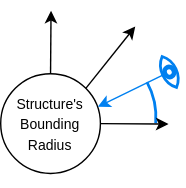
This is master_thesis/figures/discretization.svg from MatusT/master-thesis, a draw.io export, as it was before one commit. Source tidied: cells renumbered, new cells last; positions are measured from the earlier drawing's top-left corner, leaving out a move shared by most shapes.
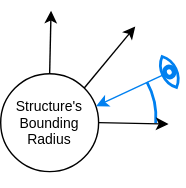
After the change.

The edit, as a diff of the source:
```diff
@@ -5,29 +5,29 @@
     <mxCell id="2" style="group;" parent="1" vertex="1">
       <mxGeometry width="130" height="130" as="geometry" />
     </mxCell>
-    <mxCell id="3" value="&lt;font style=&quot;font-size: 10px&quot;&gt;Structure's&lt;br&gt;Bounding Radius&lt;br&gt;&lt;/font&gt;" style="ellipse;whiteSpace=wrap;html=1;" parent="2" vertex="1">
-      <mxGeometry y="50" width="71.3" height="71.3" as="geometry" />
+    <mxCell id="3" value="&#10;Structure's&#10;Bounding &#10;Radius&#10;" style="ellipse;fontSize=10;" parent="2" vertex="1">
+      <mxGeometry y="50" width="70" height="70" as="geometry" />
     </mxCell>
-    <mxCell id="4" style="html=1;verticalLabelPosition=bottom;align=center;labelBackgroundColor=#ffffff;verticalAlign=top;strokeWidth=2;shadow=0;dashed=0;shape=mxgraph.ios7.icons.eye;direction=south;rotation=-205;strokeColor=#0080F0;" parent="2" vertex="1">
+    <mxCell id="4" style="verticalLabelPosition=bottom;align=center;labelBackgroundColor=#ffffff;verticalAlign=top;strokeWidth=2;shadow=0;dashed=0;shape=mxgraph.ios7.icons.eye;direction=south;rotation=-205;strokeColor=#0080F0;" parent="2" vertex="1">
       <mxGeometry x="115.4" y="36.6" width="10.4" height="24.4" as="geometry" />
     </mxCell>
-    <mxCell id="5" style="endArrow=classic;html=1;exitX=0.5;exitY=0;exitDx=0;exitDy=0;" parent="2" edge="1" source="3">
+    <mxCell id="5" style="endArrow=classic;exitX=0.5;exitY=0;exitDx=0;exitDy=0;" parent="2" edge="1" source="3">
       <mxGeometry relative="1" as="geometry">
         <mxPoint x="36" y="5" as="targetPoint" />
       </mxGeometry>
     </mxCell>
-    <mxCell id="6" style="endArrow=classic;html=1;entryX=0.975;entryY=0.331;entryDx=0;entryDy=0;entryPerimeter=0;fillColor=#dae8fc;strokeColor=#0080F0;" parent="2" edge="1" source="4" target="3">
+    <mxCell id="6" style="endArrow=classic;entryX=0.975;entryY=0.331;entryDx=0;entryDy=0;entryPerimeter=0;fillColor=#dae8fc;strokeColor=#0080F0;" parent="2" edge="1" source="4" target="3">
       <mxGeometry relative="1" as="geometry" />
     </mxCell>
-    <mxCell id="7" style="endArrow=classic;html=1;exitX=1;exitY=0;exitDx=0;exitDy=0;" parent="2" edge="1" source="3">
+    <mxCell id="7" style="endArrow=classic;exitX=1;exitY=0;exitDx=0;exitDy=0;" parent="2" edge="1" source="3">
       <mxGeometry relative="1" as="geometry">
         <mxPoint x="96.2" y="16.2" as="targetPoint" />
       </mxGeometry>
     </mxCell>
-    <mxCell id="8" style="verticalLabelPosition=bottom;verticalAlign=top;html=1;shape=mxgraph.basic.arc;startAngle=0.16341291936744487;endAngle=0.26337097470474036;strokeColor=#0080F0;strokeWidth=2;" parent="2" vertex="1">
+    <mxCell id="8" style="verticalLabelPosition=bottom;verticalAlign=top;shape=mxgraph.basic.arc;startAngle=0.16341291936744487;endAngle=0.26337097470474036;strokeColor=#0080F0;strokeWidth=2;" parent="2" vertex="1">
       <mxGeometry x="22.2" y="32.5" width="88.8" height="97.5" as="geometry" />
     </mxCell>
-    <mxCell id="9" style="endArrow=classic;html=1;exitX=1;exitY=0.5;exitDx=0;exitDy=0;" parent="1" edge="1" source="3">
+    <mxCell id="9" style="endArrow=classic;exitX=1;exitY=0.5;exitDx=0;exitDy=0;" parent="1" edge="1" source="3">
       <mxGeometry relative="1" as="geometry">
         <mxPoint x="120" y="86" as="targetPoint" />
       </mxGeometry>
```
